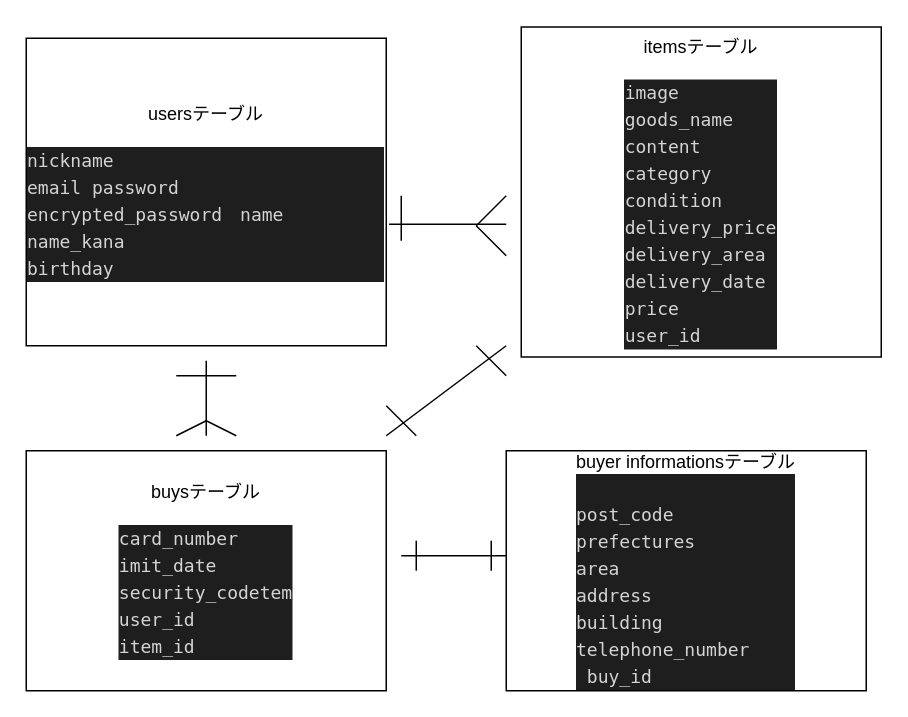
Earlier version of the draw.io diagram furima.dio (kentyan6/furima-39221). Source tidied: cells renumbered, new cells numbered last; positions are measured from the earlier drawing's top-left corner, leaving out a move shared by most shapes. Both pictures are drawn from the tidied source at 150%, with x=0, y=0 at pixel (26, 27).
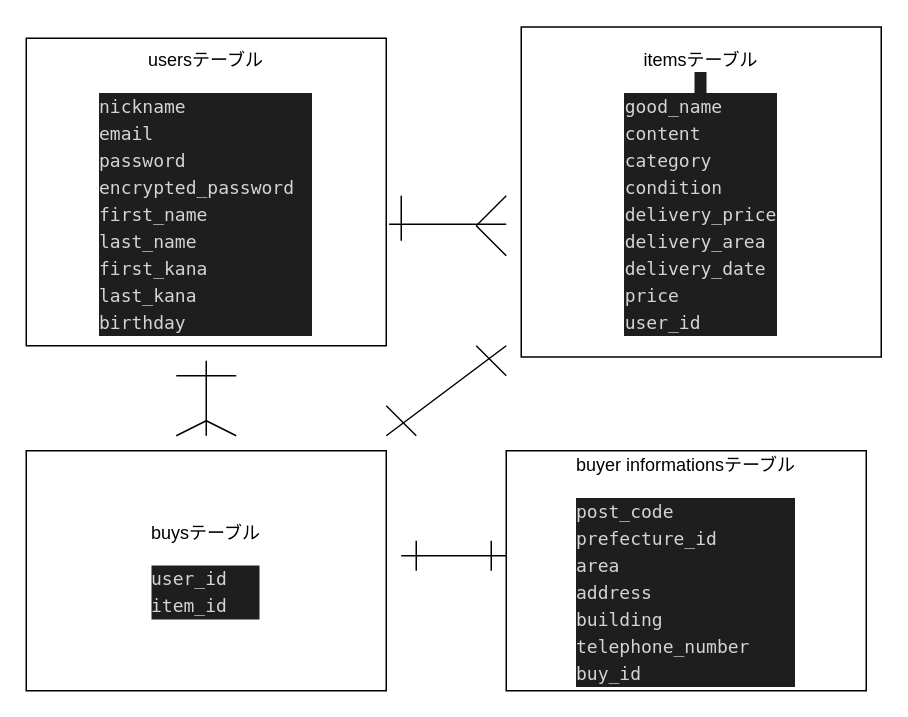
The same diagram, later.

Change to the diagram source:
```diff
@@
-    <mxCell id="2" value="usersテーブル&lt;br&gt;&lt;br&gt;&lt;div style=&quot;color: rgb(212, 212, 212); background-color: rgb(30, 30, 30); font-family: Menlo, Monaco, &amp;quot;Courier New&amp;quot;, monospace; line-height: 18px;&quot;&gt;&lt;div style=&quot;text-align: left;&quot;&gt; nickname&amp;nbsp;&lt;/div&gt;&lt;div style=&quot;text-align: left;&quot;&gt;email password encrypted_password　name name_kana&lt;/div&gt;&lt;div style=&quot;text-align: left;&quot;&gt;birthday&lt;/div&gt;&lt;/div&gt;" style="rounded=0;whiteSpace=wrap;html=1;align=center;" parent="1" vertex="1">
+    <mxCell id="2" value="usersテーブル&lt;br&gt;&lt;br&gt;&lt;div style=&quot;color: rgb(212, 212, 212); background-color: rgb(30, 30, 30); font-family: Menlo, Monaco, &amp;quot;Courier New&amp;quot;, monospace; line-height: 18px;&quot;&gt;&lt;div style=&quot;text-align: left;&quot;&gt; nickname&amp;nbsp;&lt;/div&gt;&lt;div style=&quot;text-align: left;&quot;&gt;email&amp;nbsp;&lt;/div&gt;&lt;div style=&quot;text-align: left;&quot;&gt;password&amp;nbsp;&lt;/div&gt;&lt;div style=&quot;text-align: left;&quot;&gt;encrypted_password　&lt;/div&gt;&lt;div style=&quot;text-align: left;&quot;&gt;first_name&lt;/div&gt;&lt;div style=&quot;text-align: left;&quot;&gt;last_name&lt;/div&gt;&lt;div style=&quot;text-align: left;&quot;&gt;first_kana&amp;nbsp;&lt;/div&gt;&lt;div style=&quot;text-align: left;&quot;&gt;last_kana&lt;/div&gt;&lt;div style=&quot;text-align: left;&quot;&gt;birthday&lt;/div&gt;&lt;/div&gt;" style="rounded=0;whiteSpace=wrap;html=1;align=center;" parent="1" vertex="1">
       <mxGeometry y="7" width="240" height="205" as="geometry" />
     </mxCell>
-    <mxCell id="3" value="itemsテーブル&lt;br&gt;&lt;br&gt;&lt;div style=&quot;color: rgb(212, 212, 212); background-color: rgb(30, 30, 30); font-family: Menlo, Monaco, &amp;quot;Courier New&amp;quot;, monospace; line-height: 18px;&quot;&gt;&lt;div style=&quot;text-align: left;&quot;&gt;image&amp;nbsp;&lt;/div&gt;&lt;div style=&quot;text-align: left;&quot;&gt;goods_name&lt;/div&gt;&lt;div style=&quot;text-align: left;&quot;&gt;content&amp;nbsp;&lt;/div&gt;&lt;div style=&quot;text-align: left;&quot;&gt;category&lt;/div&gt;&lt;div style=&quot;text-align: left;&quot;&gt;condition&amp;nbsp;&lt;/div&gt;&lt;div style=&quot;text-align: left;&quot;&gt;delivery_price&lt;/div&gt;&lt;div style=&quot;text-align: left;&quot;&gt;delivery_area&lt;/div&gt;&lt;div style=&quot;text-align: left;&quot;&gt;delivery_date&lt;/div&gt;&lt;div style=&quot;text-align: left;&quot;&gt;price&lt;/div&gt;&lt;div style=&quot;text-align: left;&quot;&gt;user_id&lt;/div&gt;&lt;/div&gt;" style="rounded=0;whiteSpace=wrap;html=1;" parent="1" vertex="1">
+    <mxCell id="3" value="itemsテーブル&lt;br&gt;&lt;span style=&quot;text-align: left; background-color: rgb(30, 30, 30); color: rgb(212, 212, 212); font-family: Menlo, Monaco, &amp;quot;Courier New&amp;quot;, monospace;&quot;&gt;&amp;nbsp;&lt;/span&gt;&lt;br&gt;&lt;div style=&quot;color: rgb(212, 212, 212); background-color: rgb(30, 30, 30); font-family: Menlo, Monaco, &amp;quot;Courier New&amp;quot;, monospace; line-height: 18px;&quot;&gt;&lt;div style=&quot;text-align: left;&quot;&gt;good_name&lt;/div&gt;&lt;div style=&quot;text-align: left;&quot;&gt;content&amp;nbsp;&lt;/div&gt;&lt;div style=&quot;text-align: left;&quot;&gt;category&lt;/div&gt;&lt;div style=&quot;text-align: left;&quot;&gt;condition&amp;nbsp;&lt;/div&gt;&lt;div style=&quot;text-align: left;&quot;&gt;delivery_price&lt;/div&gt;&lt;div style=&quot;text-align: left;&quot;&gt;delivery_area&lt;/div&gt;&lt;div style=&quot;text-align: left;&quot;&gt;delivery_date&lt;/div&gt;&lt;div style=&quot;text-align: left;&quot;&gt;price&lt;/div&gt;&lt;div style=&quot;text-align: left;&quot;&gt;user_id&lt;/div&gt;&lt;/div&gt;" style="rounded=0;whiteSpace=wrap;html=1;" parent="1" vertex="1">
       <mxGeometry x="330" y="-0.5" width="240" height="220" as="geometry" />
     </mxCell>
-    <mxCell id="4" value="buysテーブル&lt;br&gt;&lt;br&gt;&lt;div style=&quot;color: rgb(212, 212, 212); background-color: rgb(30, 30, 30); font-family: Menlo, Monaco, &amp;quot;Courier New&amp;quot;, monospace; line-height: 18px;&quot;&gt;&lt;div style=&quot;text-align: left;&quot;&gt;card_number&lt;/div&gt;&lt;div style=&quot;text-align: left;&quot;&gt;imit_date&lt;/div&gt;&lt;div style=&quot;text-align: left;&quot;&gt;security_codetem&lt;/div&gt;&lt;div style=&quot;text-align: left;&quot;&gt;user_id&lt;/div&gt;&lt;div style=&quot;text-align: left;&quot;&gt;item_id&lt;/div&gt;&lt;/div&gt;" style="rounded=0;whiteSpace=wrap;html=1;" parent="1" vertex="1">
+    <mxCell id="4" value="buysテーブル&lt;br&gt;&lt;br&gt;&lt;div style=&quot;color: rgb(212, 212, 212); background-color: rgb(30, 30, 30); font-family: Menlo, Monaco, &amp;quot;Courier New&amp;quot;, monospace; line-height: 18px;&quot;&gt;&lt;div style=&quot;text-align: left;&quot;&gt;user_id&lt;/div&gt;&lt;div style=&quot;text-align: left;&quot;&gt;item_id&lt;/div&gt;&lt;/div&gt;" style="rounded=0;whiteSpace=wrap;html=1;" parent="1" vertex="1">
       <mxGeometry y="282" width="240" height="160" as="geometry" />
     </mxCell>
-    <mxCell id="5" value="buyer informationsテーブル&lt;br&gt;&lt;div style=&quot;color: rgb(212, 212, 212); background-color: rgb(30, 30, 30); font-family: Menlo, Monaco, &amp;quot;Courier New&amp;quot;, monospace; line-height: 18px;&quot;&gt;&lt;div style=&quot;text-align: left;&quot;&gt;&lt;br&gt;&lt;/div&gt;&lt;div style=&quot;text-align: left;&quot;&gt;post_code&lt;/div&gt;&lt;div style=&quot;text-align: left;&quot;&gt;prefectures&amp;nbsp;&lt;/div&gt;&lt;div style=&quot;text-align: left;&quot;&gt;area&amp;nbsp;&lt;/div&gt;&lt;div style=&quot;text-align: left;&quot;&gt;address&lt;/div&gt;&lt;div style=&quot;text-align: left;&quot;&gt;building&lt;/div&gt;&lt;div style=&quot;text-align: left;&quot;&gt;telephone_number&lt;/div&gt;&lt;div style=&quot;text-align: left;&quot;&gt;&amp;nbsp;buy_id&lt;/div&gt;&lt;/div&gt;" style="rounded=0;whiteSpace=wrap;html=1;" parent="1" vertex="1">
+    <mxCell id="5" value="buyer informationsテーブル&lt;br&gt;&lt;br&gt;&lt;div style=&quot;color: rgb(212, 212, 212); background-color: rgb(30, 30, 30); font-family: Menlo, Monaco, &amp;quot;Courier New&amp;quot;, monospace; line-height: 18px;&quot;&gt;&lt;div style=&quot;text-align: left;&quot;&gt;post_code&lt;br&gt;&lt;/div&gt;&lt;div style=&quot;text-align: left;&quot;&gt;prefecture_id&amp;nbsp;&lt;/div&gt;&lt;div style=&quot;text-align: left;&quot;&gt;area&amp;nbsp;&lt;/div&gt;&lt;div style=&quot;text-align: left;&quot;&gt;address&lt;/div&gt;&lt;div style=&quot;text-align: left;&quot;&gt;building&lt;/div&gt;&lt;div style=&quot;text-align: left;&quot;&gt;telephone_number&lt;/div&gt;&lt;div style=&quot;text-align: left;&quot;&gt;buy_id&lt;/div&gt;&lt;/div&gt;" style="rounded=0;whiteSpace=wrap;html=1;" parent="1" vertex="1">
       <mxGeometry x="320" y="282" width="240" height="160" as="geometry" />
     </mxCell>
```
